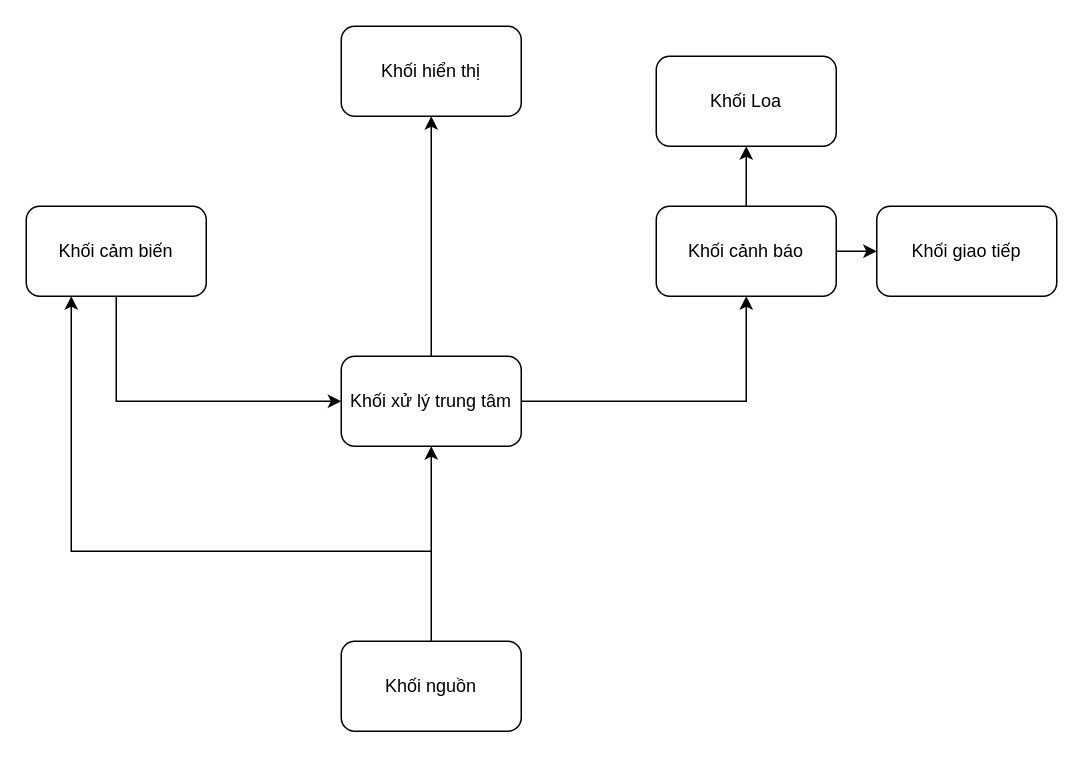
Before: Biểu đồ không có tiêu đề.drawio in vuconfused/NotesApp, a draw.io diagram. Source tidied: cells renumbered, new cells numbered last; positions are measured from the earlier drawing's top-left corner, leaving out a move shared by most shapes. Both pictures are drawn from the tidied source at 150%, with x=0, y=0 at pixel (26, 26).
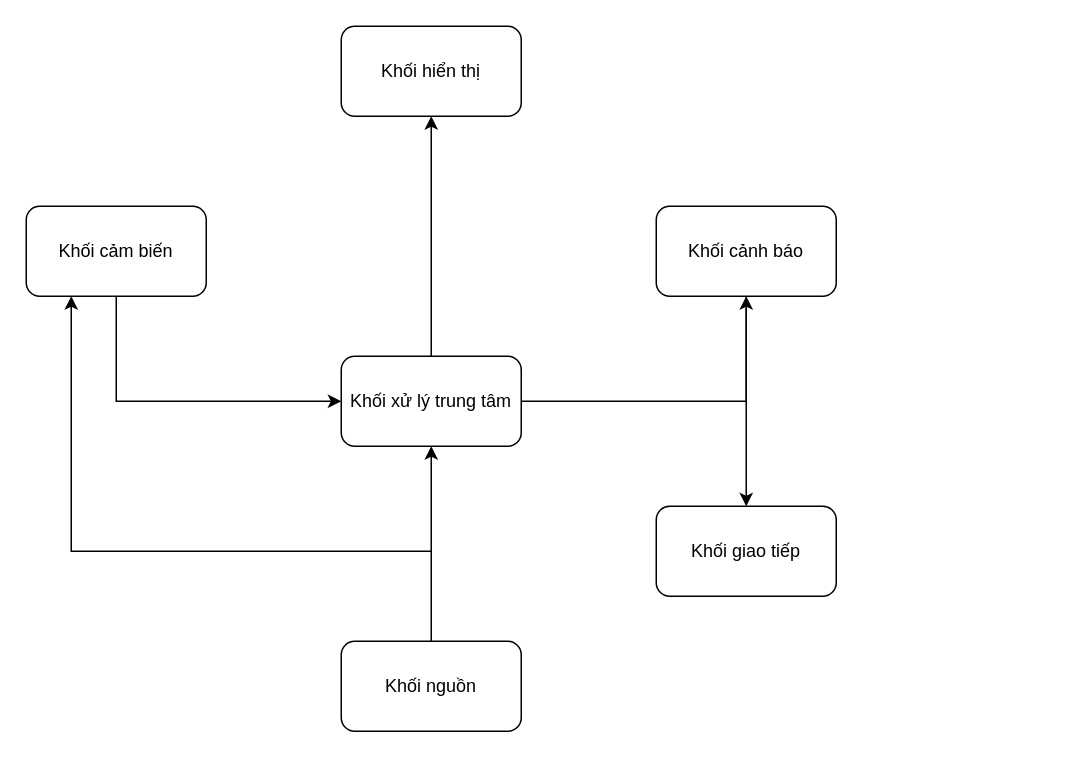
After the change.

Commit message:
Cập nhật Biểu đồ không có tiêu đề.drawio

The change refers to these unchanged cells:
```xml
<mxCell id="7" value="Khối cảnh báo" style="rounded=1;whiteSpace=wrap;html=1;" parent="1" vertex="1">
  <mxGeometry x="420" y="120" width="120" height="60" as="geometry" />
</mxCell>
```

The edit, as a diff of the source:
```diff
@@
-    <mxCell id="5" style="edgeStyle=orthogonalEdgeStyle;rounded=0;jettySize=auto;html=1;" parent="1" edge="1" source="7">
-      <mxGeometry relative="1" as="geometry">
-        <mxPoint x="480" y="80" as="targetPoint" />
-      </mxGeometry>
-    </mxCell>
     <mxCell id="6" style="edgeStyle=orthogonalEdgeStyle;rounded=0;jettySize=auto;html=1;" parent="1" edge="1" source="7" target="14">
-      <mxGeometry relative="1" as="geometry" />
+      <mxGeometry relative="1" as="geometry">
+        <Array as="points">
+          <mxPoint x="480" y="350" />
+        </Array>
+      </mxGeometry>
     </mxCell>
@@
     <mxCell id="14" value="Khối giao tiếp" style="rounded=1;whiteSpace=wrap;html=1;" parent="1" vertex="1">
-      <mxGeometry x="567" y="120" width="120" height="60" as="geometry" />
+      <mxGeometry x="420" y="320" width="120" height="60" as="geometry" />
     </mxCell>
-    <mxCell id="15" value="Khối Loa" style="rounded=1;whiteSpace=wrap;html=1;" parent="1" vertex="1">
-      <mxGeometry x="420" y="20" width="120" height="60" as="geometry" />
-    </mxCell>
```
